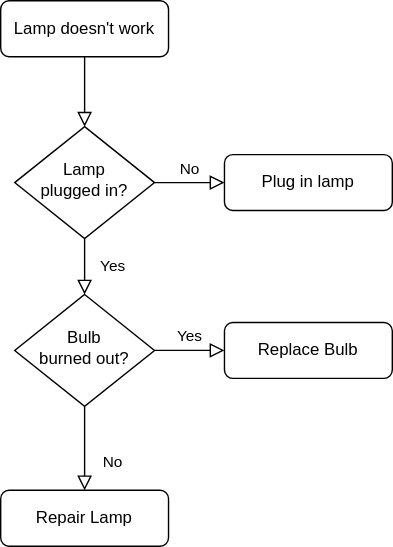
This is 学生提交作业.drawio.svg from huangjiashengg/images, a draw.io export, as it was before one commit. Source tidied: cells renumbered, new cells last; positions are measured from the earlier drawing's top-left corner, leaving out a move shared by most shapes.
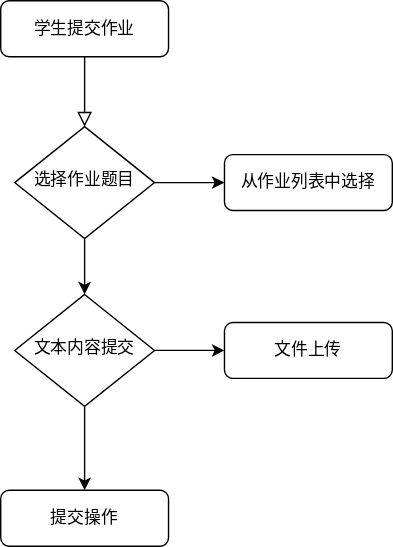
Later version of the same file.

Commit message:
更新学生提交作业.drawio.svg

What changed in the source:
```diff
@@ -5,34 +5,34 @@
     <mxCell id="2" style="rounded=0;html=1;jettySize=auto;fontSize=11;endArrow=block;endFill=0;endSize=8;strokeWidth=1;shadow=0;labelBackgroundColor=none;edgeStyle=orthogonalEdgeStyle;" parent="1" edge="1" source="3" target="6">
       <mxGeometry relative="1" as="geometry" />
     </mxCell>
-    <mxCell id="3" value="Lamp doesn't work" style="rounded=1;whiteSpace=wrap;html=1;fontSize=12;glass=0;strokeWidth=1;shadow=0;" parent="1" vertex="1">
+    <mxCell id="3" value="学生提交作业" style="rounded=1;whiteSpace=wrap;html=1;fontSize=12;glass=0;strokeWidth=1;shadow=0;" parent="1" vertex="1">
       <mxGeometry width="120" height="40" as="geometry" />
     </mxCell>
+    <mxCell id="5" style="edgeStyle=orthogonalEdgeStyle;rounded=0;jettySize=auto;html=1;exitX=1;exitY=0.5;exitDx=0;exitDy=0;entryX=0;entryY=0.5;entryDx=0;entryDy=0;" parent="1" edge="1" source="6" target="7">
+      <mxGeometry relative="1" as="geometry" />
+    </mxCell>
-    <mxCell id="4" value="Yes" style="rounded=0;html=1;jettySize=auto;fontSize=11;endArrow=block;endFill=0;endSize=8;strokeWidth=1;shadow=0;labelBackgroundColor=none;edgeStyle=orthogonalEdgeStyle;" parent="1" edge="1" source="6" target="10">
-      <mxGeometry y="20" relative="1" as="geometry" />
+    <mxCell id="4" style="edgeStyle=orthogonalEdgeStyle;rounded=0;jettySize=auto;html=1;exitX=0.5;exitY=1;exitDx=0;exitDy=0;entryX=0.5;entryY=0;entryDx=0;entryDy=0;" parent="1" edge="1" source="6" target="10">
+      <mxGeometry relative="1" as="geometry" />
     </mxCell>
-    <mxCell id="5" value="No" style="edgeStyle=orthogonalEdgeStyle;rounded=0;html=1;jettySize=auto;fontSize=11;endArrow=block;endFill=0;endSize=8;strokeWidth=1;shadow=0;labelBackgroundColor=none;" parent="1" edge="1" source="6" target="7">
-      <mxGeometry y="10" relative="1" as="geometry" />
-    </mxCell>
-    <mxCell id="6" value="Lamp&lt;br&gt;plugged in?" style="rhombus;whiteSpace=wrap;html=1;shadow=0;fontFamily=Helvetica;fontSize=12;align=center;strokeWidth=1;spacing=6;spacingTop=-4;" parent="1" vertex="1">
+    <mxCell id="6" value="选择作业题目" style="rhombus;whiteSpace=wrap;html=1;shadow=0;fontFamily=Helvetica;fontSize=12;align=center;strokeWidth=1;spacing=6;spacingTop=-4;" parent="1" vertex="1">
       <mxGeometry x="10" y="90" width="100" height="80" as="geometry" />
     </mxCell>
-    <mxCell id="7" value="Plug in lamp" style="rounded=1;whiteSpace=wrap;html=1;fontSize=12;glass=0;strokeWidth=1;shadow=0;" parent="1" vertex="1">
+    <mxCell id="7" value="从作业列表中选择" style="rounded=1;whiteSpace=wrap;html=1;fontSize=12;glass=0;strokeWidth=1;shadow=0;" parent="1" vertex="1">
       <mxGeometry x="160" y="110" width="120" height="40" as="geometry" />
     </mxCell>
+    <mxCell id="9" style="edgeStyle=orthogonalEdgeStyle;rounded=0;jettySize=auto;html=1;exitX=1;exitY=0.5;exitDx=0;exitDy=0;entryX=0;entryY=0.5;entryDx=0;entryDy=0;" parent="1" edge="1" source="10" target="12">
+      <mxGeometry relative="1" as="geometry" />
+    </mxCell>
-    <mxCell id="8" value="No" style="rounded=0;html=1;jettySize=auto;fontSize=11;endArrow=block;endFill=0;endSize=8;strokeWidth=1;shadow=0;labelBackgroundColor=none;edgeStyle=orthogonalEdgeStyle;" parent="1" edge="1" source="10" target="11">
-      <mxGeometry x="0.33" y="20" relative="1" as="geometry" />
+    <mxCell id="8" style="edgeStyle=orthogonalEdgeStyle;rounded=0;jettySize=auto;html=1;exitX=0.5;exitY=1;exitDx=0;exitDy=0;entryX=0.5;entryY=0;entryDx=0;entryDy=0;" parent="1" edge="1" source="10" target="11">
+      <mxGeometry relative="1" as="geometry" />
     </mxCell>
-    <mxCell id="9" value="Yes" style="edgeStyle=orthogonalEdgeStyle;rounded=0;html=1;jettySize=auto;fontSize=11;endArrow=block;endFill=0;endSize=8;strokeWidth=1;shadow=0;labelBackgroundColor=none;" parent="1" edge="1" source="10" target="12">
-      <mxGeometry y="10" relative="1" as="geometry" />
-    </mxCell>
-    <mxCell id="10" value="Bulb&lt;br&gt;burned out?" style="rhombus;whiteSpace=wrap;html=1;shadow=0;fontFamily=Helvetica;fontSize=12;align=center;strokeWidth=1;spacing=6;spacingTop=-4;" parent="1" vertex="1">
+    <mxCell id="10" value="文本内容提交" style="rhombus;whiteSpace=wrap;html=1;shadow=0;fontFamily=Helvetica;fontSize=12;align=center;strokeWidth=1;spacing=6;spacingTop=-4;" parent="1" vertex="1">
       <mxGeometry x="10" y="210" width="100" height="80" as="geometry" />
     </mxCell>
-    <mxCell id="11" value="Repair Lamp" style="rounded=1;whiteSpace=wrap;html=1;fontSize=12;glass=0;strokeWidth=1;shadow=0;" parent="1" vertex="1">
+    <mxCell id="11" value="提交操作" style="rounded=1;whiteSpace=wrap;html=1;fontSize=12;glass=0;strokeWidth=1;shadow=0;" parent="1" vertex="1">
       <mxGeometry y="350" width="120" height="40" as="geometry" />
     </mxCell>
-    <mxCell id="12" value="Replace Bulb" style="rounded=1;whiteSpace=wrap;html=1;fontSize=12;glass=0;strokeWidth=1;shadow=0;" parent="1" vertex="1">
+    <mxCell id="12" value="文件上传" style="rounded=1;whiteSpace=wrap;html=1;fontSize=12;glass=0;strokeWidth=1;shadow=0;" parent="1" vertex="1">
       <mxGeometry x="160" y="230" width="120" height="40" as="geometry" />
     </mxCell>
   </root>
```
